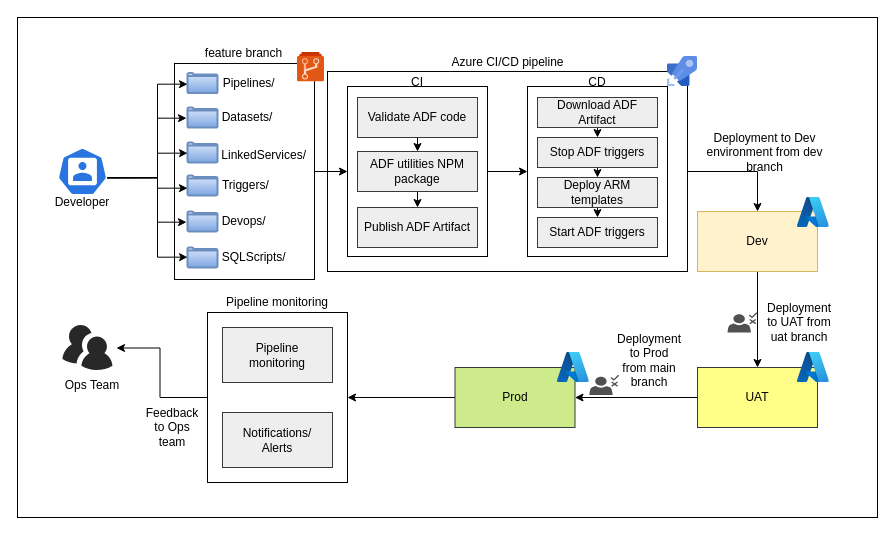
The draw.io diagram Untitled Diagram.drawio in Sri-git-acc/python, before the edit. Source tidied: cells renumbered, new cells numbered last; positions are measured from the earlier drawing's top-left corner, leaving out a move shared by most shapes. Both pictures are drawn from the tidied source at 100%, with x=0, y=0 at pixel (17, 17).
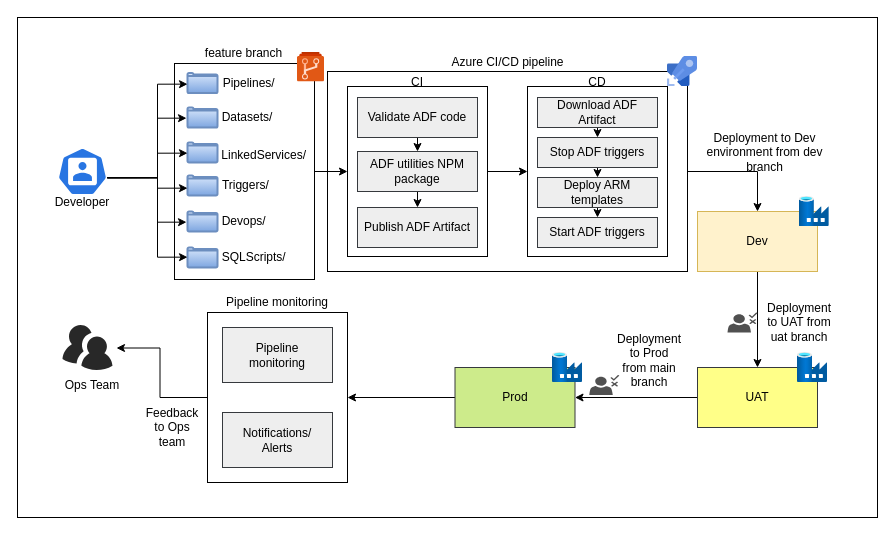
The same diagram, later.

Change to the diagram source:
```diff
@@
-    <mxCell id="40" style="image;html=1;align=center;fontSize=12;image=img/lib/azure2/other/Azure_A.svg;" parent="1" vertex="1">
-      <mxGeometry x="780" y="180" width="31.8" height="30" as="geometry" />
-    </mxCell>
@@
-    <mxCell id="44" style="image;html=1;align=center;fontSize=12;image=img/lib/azure2/other/Azure_A.svg;" parent="1" vertex="1">
-      <mxGeometry x="780" y="335" width="31.8" height="30" as="geometry" />
-    </mxCell>
@@
-    <mxCell id="48" style="image;html=1;align=center;fontSize=12;image=img/lib/azure2/other/Azure_A.svg;" parent="1" vertex="1">
-      <mxGeometry x="540" y="335" width="31.8" height="30" as="geometry" />
-    </mxCell>
@@
+    <mxCell id="75" style="image;html=1;align=center;fontSize=12;image=img/lib/azure2/databases/Data_Factory.svg;" parent="1" vertex="1">
+      <mxGeometry x="535" y="335" width="30" height="30" as="geometry" />
+    </mxCell>
+    <mxCell id="76" style="image;html=1;align=center;fontSize=12;image=img/lib/azure2/databases/Data_Factory.svg;" parent="1" vertex="1">
+      <mxGeometry x="780" y="335" width="30" height="30" as="geometry" />
+    </mxCell>
+    <mxCell id="77" style="image;html=1;align=center;fontSize=12;image=img/lib/azure2/databases/Data_Factory.svg;" parent="1" vertex="1">
+      <mxGeometry x="781.8" y="179" width="30" height="30" as="geometry" />
+    </mxCell>
```
